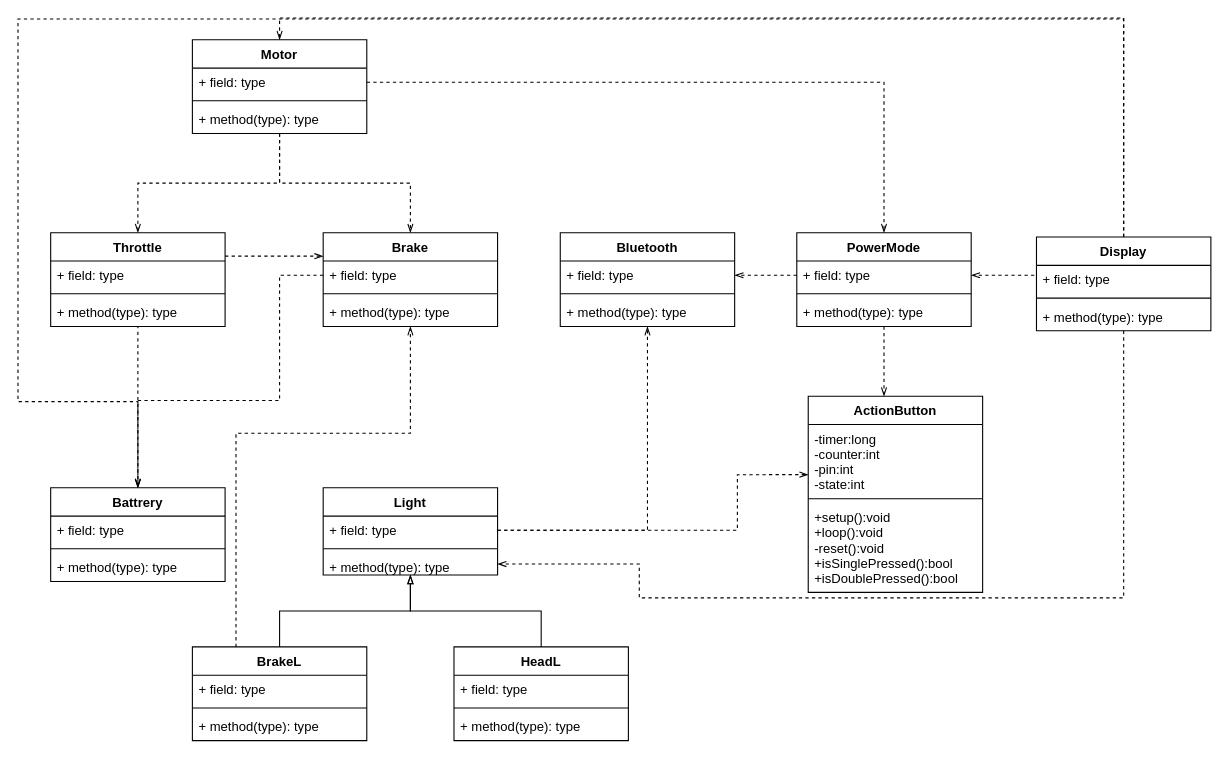
Above: doc/class diagram.drawio in LucasCoraca/M365-Unlocked (draw.io), before the change. Source tidied: cells renumbered, new cells numbered last; positions are measured from the earlier drawing's top-left corner, leaving out a move shared by most shapes. Both pictures are drawn from the tidied source at 109%, with x=0, y=0 at pixel (17, 19).
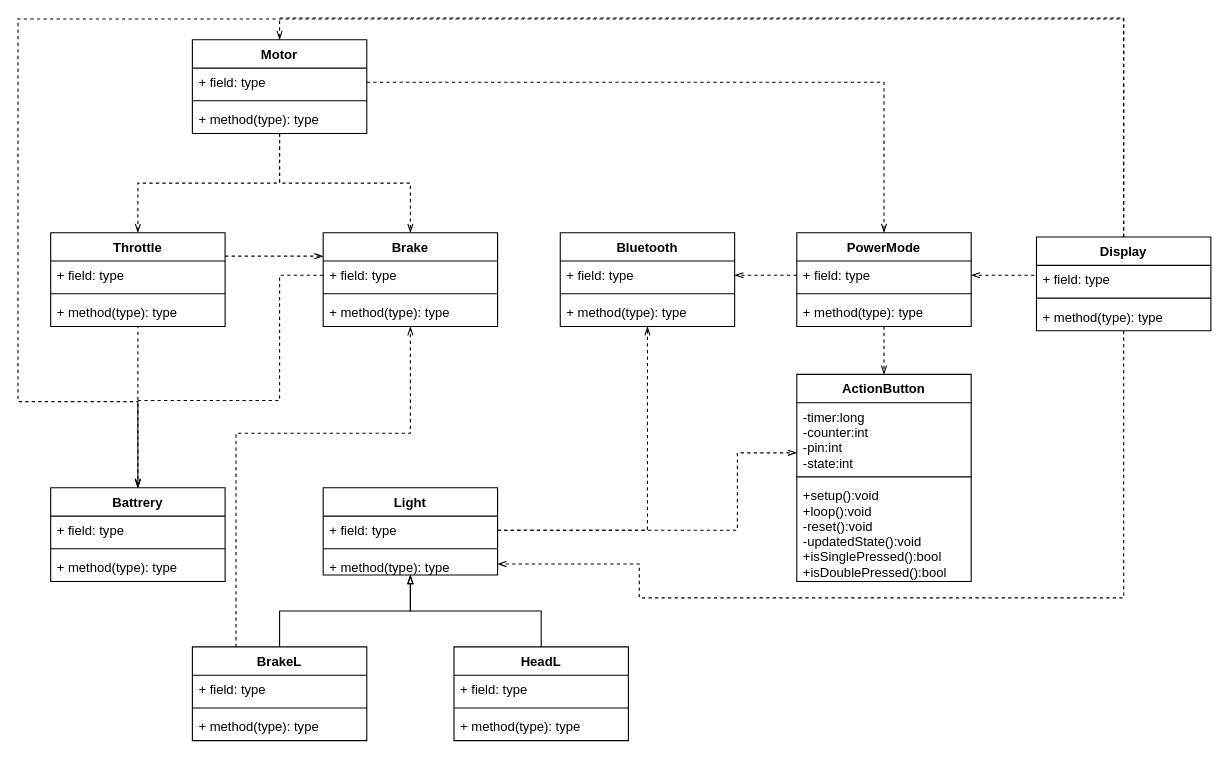
The same diagram, later.

The change refers to these unchanged cells:
```xml
<mxCell id="22" value="+ field: type" style="text;strokeColor=none;fillColor=none;align=left;verticalAlign=top;spacingLeft=4;spacingRight=4;overflow=hidden;points=[[0,0.5],[1,0.5]];portConstraint=eastwest;" parent="21" vertex="1">
  <mxGeometry y="26" width="160" height="26" as="geometry" />
</mxCell>
<mxCell id="50" value="-timer:long&#10;-counter:int&#10;-pin:int&#10;-state:int&#10;" style="text;strokeColor=none;fillColor=none;align=left;verticalAlign=top;spacingLeft=4;spacingRight=4;overflow=hidden;points=[[0,0.5],[1,0.5]];portConstraint=eastwest;" parent="49" vertex="1">
  <mxGeometry y="26" width="160" height="64" as="geometry" />
</mxCell>
```

Change to the diagram source:
```diff
@@
     <mxCell id="49" value="ActionButton" style="swimlane;fontStyle=1;align=center;verticalAlign=top;horizontal=1;startSize=26;" parent="1" vertex="1">
-      <mxGeometry x="725" y="346" width="160" height="180" as="geometry" />
+      <mxGeometry x="714.5" y="326" width="160" height="190" as="geometry" />
     </mxCell>
@@
-    <mxCell id="52" value="+setup():void&#10;+loop():void&#10;-reset():void&#10;+isSinglePressed():bool&#10;+isDoublePressed():bool&#10;" style="text;strokeColor=none;fillColor=none;align=left;verticalAlign=top;spacingLeft=4;spacingRight=4;overflow=hidden;" parent="49" vertex="1">
-      <mxGeometry y="98" width="160" height="82" as="geometry" />
+    <mxCell id="52" value="+setup():void&#10;+loop():void&#10;-reset():void&#10;-updatedState():void&#10;+isSinglePressed():bool&#10;+isDoublePressed():bool&#10;" style="text;strokeColor=none;fillColor=none;align=left;verticalAlign=top;spacingLeft=4;spacingRight=4;overflow=hidden;" parent="49" vertex="1">
+      <mxGeometry y="98" width="160" height="92" as="geometry" />
     </mxCell>
@@
     <mxCell id="58" style="edgeStyle=orthogonalEdgeStyle;rounded=0;jettySize=auto;html=1;exitX=1;exitY=0.5;exitDx=0;exitDy=0;entryX=0;entryY=0.718;entryDx=0;entryDy=0;entryPerimeter=0;dashed=1;startArrow=none;startFill=0;endArrow=openThin;endFill=0;" parent="1" edge="1" source="22" target="50">
       <mxGeometry relative="1" as="geometry">
         <Array as="points">
           <mxPoint x="660" y="469" />
-          <mxPoint x="660" y="418" />
+          <mxPoint x="660" y="398" />
         </Array>
       </mxGeometry>
     </mxCell>
```
